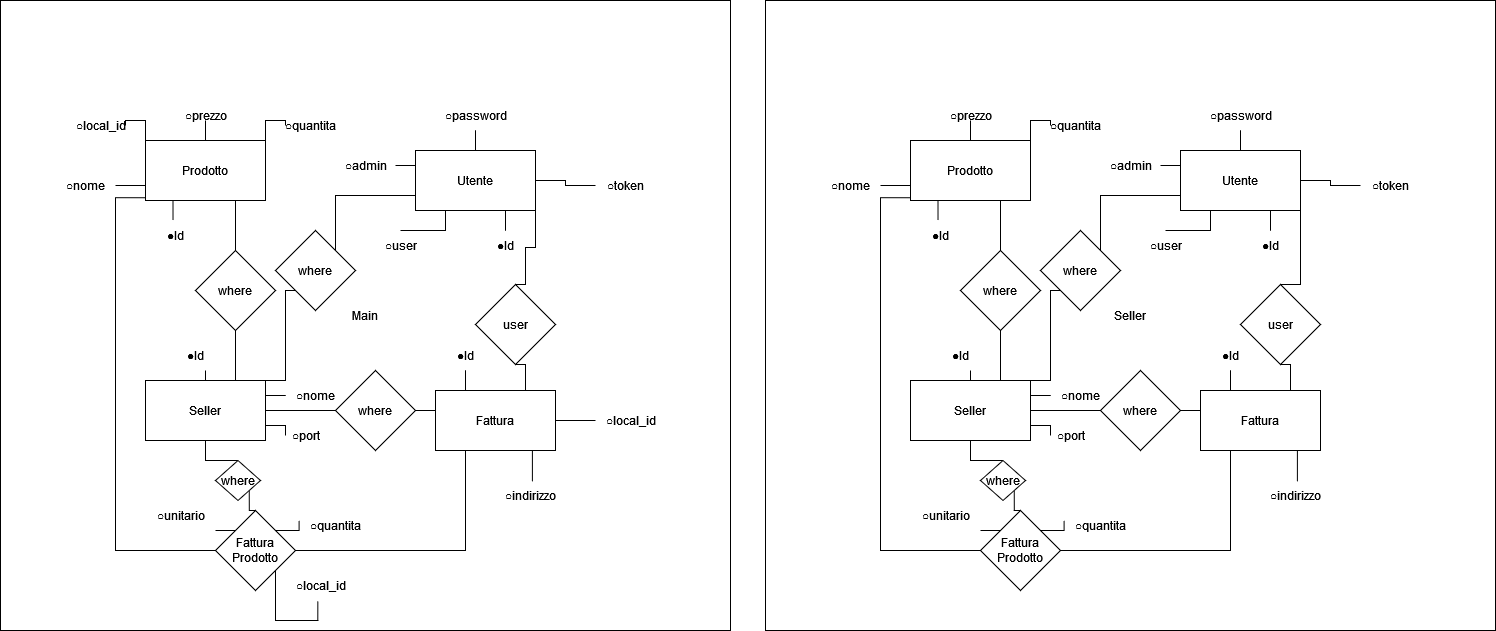
Before: www/er.png, a diagram exported from draw.io (Alby1/mulino). Source tidied: cells renumbered, new cells last; positions are measured from the earlier drawing's top-left corner, leaving out a move shared by most shapes.
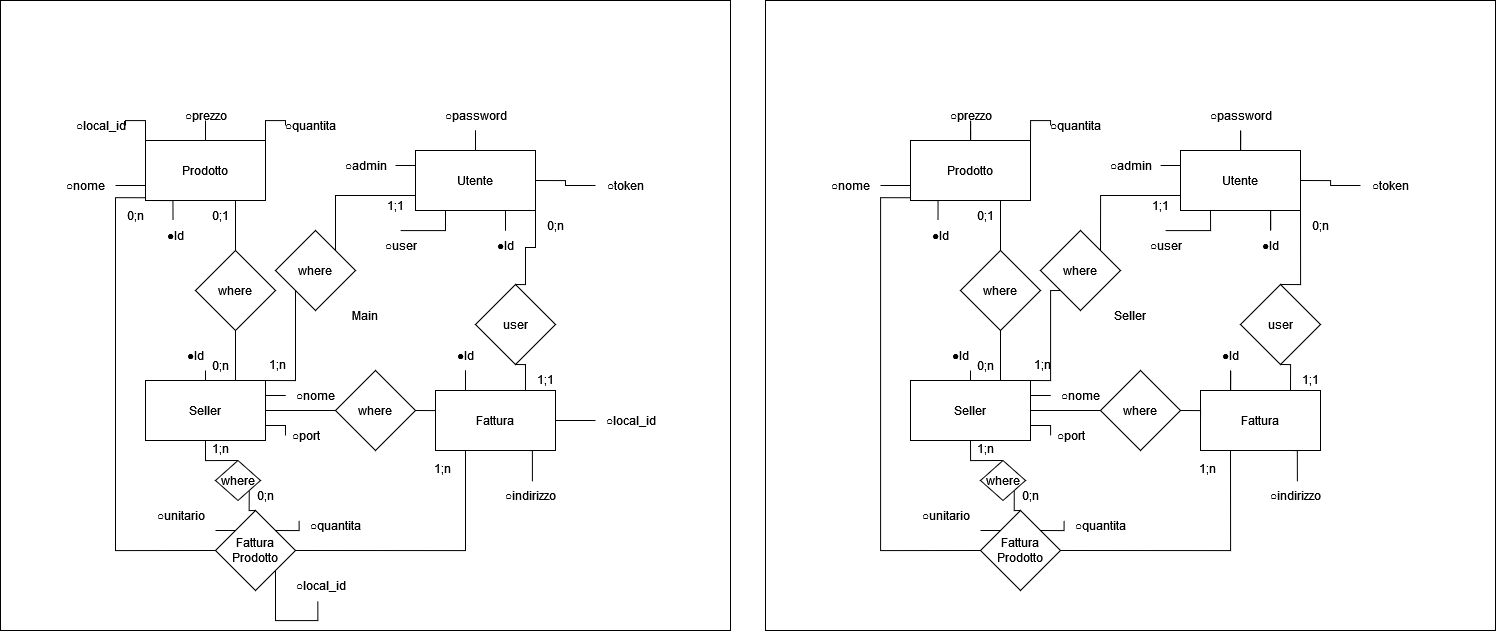
Above is the later version.

The edit, as a diff of the source:
```diff
@@ -145,14 +145,6 @@
     <mxCell id="45" value="where" style="rhombus;whiteSpace=wrap;html=1;" parent="1" vertex="1">
       <mxGeometry x="195" y="250" width="80" height="80" as="geometry" />
     </mxCell>
-    <mxCell id="46" style="edgeStyle=orthogonalEdgeStyle;rounded=0;jettySize=auto;html=1;exitX=0;exitY=1;exitDx=0;exitDy=0;entryX=1;entryY=0;entryDx=0;entryDy=0;endArrow=none;endFill=0;" parent="1" edge="1" source="47" target="31">
-      <mxGeometry relative="1" as="geometry">
-        <Array as="points">
-          <mxPoint x="285" y="290" />
-          <mxPoint x="285" y="380" />
-        </Array>
-      </mxGeometry>
-    </mxCell>
     <mxCell id="47" value="where" style="rhombus;whiteSpace=wrap;html=1;" parent="1" vertex="1">
       <mxGeometry x="275" y="230" width="80" height="80" as="geometry" />
     </mxCell>
@@ -407,5 +399,69 @@
     <mxCell id="117" value="○local_id" style="text;html=1;align=center;verticalAlign=middle;points=[];strokeColor=none;fillColor=none;" parent="1" vertex="1">
       <mxGeometry x="285" y="570" width="70" height="30" as="geometry" />
     </mxCell>
+    <mxCell id="46" style="edgeStyle=orthogonalEdgeStyle;rounded=0;jettySize=auto;html=1;exitX=0;exitY=1;exitDx=0;exitDy=0;entryX=1;entryY=0;entryDx=0;entryDy=0;endArrow=none;endFill=0;" parent="1" edge="1" source="47" target="31">
+      <mxGeometry relative="1" as="geometry">
+        <Array as="points">
+          <mxPoint x="295" y="380" />
+        </Array>
+      </mxGeometry>
+    </mxCell>
+    <mxCell id="118" value="1;n" style="text;html=1;align=center;verticalAlign=middle;strokeColor=none;fillColor=none;" parent="1" vertex="1">
+      <mxGeometry x="257" y="349" width="40" height="30" as="geometry" />
+    </mxCell>
+    <mxCell id="119" value="&lt;div&gt;1;1&lt;/div&gt;" style="text;html=1;align=center;verticalAlign=middle;strokeColor=none;fillColor=none;" parent="1" vertex="1">
+      <mxGeometry x="375" y="190" width="40" height="30" as="geometry" />
+    </mxCell>
+    <mxCell id="120" value="0;n" style="text;html=1;align=center;verticalAlign=middle;strokeColor=none;fillColor=none;" parent="1" vertex="1">
+      <mxGeometry x="200" y="350" width="40" height="30" as="geometry" />
+    </mxCell>
+    <mxCell id="121" value="0;1" style="text;html=1;align=center;verticalAlign=middle;strokeColor=none;fillColor=none;" parent="1" vertex="1">
+      <mxGeometry x="200" y="200" width="40" height="30" as="geometry" />
+    </mxCell>
+    <mxCell id="122" value="0;n" style="text;html=1;align=center;verticalAlign=middle;strokeColor=none;fillColor=none;" parent="1" vertex="1">
+      <mxGeometry x="535" y="210" width="40" height="30" as="geometry" />
+    </mxCell>
+    <mxCell id="123" value="1;1" style="text;html=1;align=center;verticalAlign=middle;strokeColor=none;fillColor=none;" parent="1" vertex="1">
+      <mxGeometry x="525" y="364" width="40" height="30" as="geometry" />
+    </mxCell>
+    <mxCell id="124" value="1;n" style="text;html=1;align=center;verticalAlign=middle;strokeColor=none;fillColor=none;" parent="1" vertex="1">
+      <mxGeometry x="422" y="453" width="40" height="30" as="geometry" />
+    </mxCell>
+    <mxCell id="125" value="0;n" style="text;html=1;align=center;verticalAlign=middle;strokeColor=none;fillColor=none;" parent="1" vertex="1">
+      <mxGeometry x="115" y="200" width="40" height="30" as="geometry" />
+    </mxCell>
+    <mxCell id="126" value="1;n" style="text;html=1;align=center;verticalAlign=middle;strokeColor=none;fillColor=none;" parent="1" vertex="1">
+      <mxGeometry x="200" y="433" width="40" height="30" as="geometry" />
+    </mxCell>
+    <mxCell id="127" value="0;n" style="text;html=1;align=center;verticalAlign=middle;strokeColor=none;fillColor=none;" parent="1" vertex="1">
+      <mxGeometry x="245" y="480" width="40" height="30" as="geometry" />
+    </mxCell>
+    <mxCell id="128" value="0;n" style="text;html=1;align=center;verticalAlign=middle;strokeColor=none;fillColor=none;" parent="1" vertex="1">
+      <mxGeometry x="1010" y="480" width="40" height="30" as="geometry" />
+    </mxCell>
+    <mxCell id="129" value="1;n" style="text;html=1;align=center;verticalAlign=middle;strokeColor=none;fillColor=none;" parent="1" vertex="1">
+      <mxGeometry x="965" y="433" width="40" height="30" as="geometry" />
+    </mxCell>
+    <mxCell id="130" value="0;n" style="text;html=1;align=center;verticalAlign=middle;strokeColor=none;fillColor=none;" parent="1" vertex="1">
+      <mxGeometry x="965" y="350" width="40" height="30" as="geometry" />
+    </mxCell>
+    <mxCell id="131" value="1;n" style="text;html=1;align=center;verticalAlign=middle;strokeColor=none;fillColor=none;" parent="1" vertex="1">
+      <mxGeometry x="1022" y="349" width="40" height="30" as="geometry" />
+    </mxCell>
+    <mxCell id="132" value="1;n" style="text;html=1;align=center;verticalAlign=middle;strokeColor=none;fillColor=none;" parent="1" vertex="1">
+      <mxGeometry x="1187" y="453" width="40" height="30" as="geometry" />
+    </mxCell>
+    <mxCell id="133" value="1;1" style="text;html=1;align=center;verticalAlign=middle;strokeColor=none;fillColor=none;" parent="1" vertex="1">
+      <mxGeometry x="1290" y="364" width="40" height="30" as="geometry" />
+    </mxCell>
+    <mxCell id="134" value="0;n" style="text;html=1;align=center;verticalAlign=middle;strokeColor=none;fillColor=none;" parent="1" vertex="1">
+      <mxGeometry x="1300" y="210" width="40" height="30" as="geometry" />
+    </mxCell>
+    <mxCell id="135" value="&lt;div&gt;1;1&lt;/div&gt;" style="text;html=1;align=center;verticalAlign=middle;strokeColor=none;fillColor=none;" parent="1" vertex="1">
+      <mxGeometry x="1140" y="190" width="40" height="30" as="geometry" />
+    </mxCell>
+    <mxCell id="136" value="0;1" style="text;html=1;align=center;verticalAlign=middle;strokeColor=none;fillColor=none;" parent="1" vertex="1">
+      <mxGeometry x="965" y="200" width="40" height="30" as="geometry" />
+    </mxCell>
   </root>
 </mxGraphModel>
```
